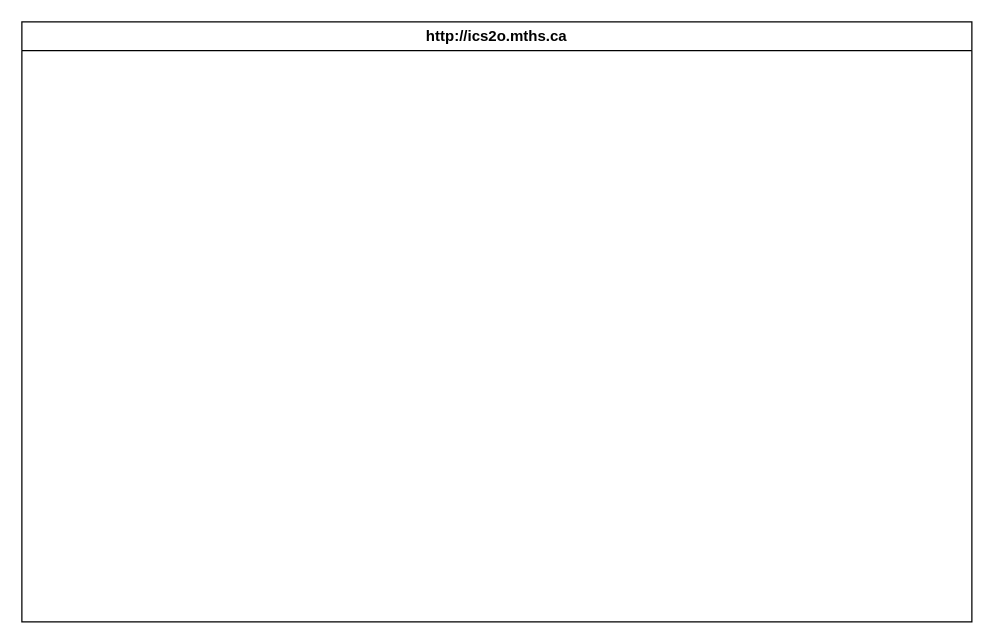
Before: design/storyboard.drawio in MTHS-ICD2O-1-2023/ICD2O-Unit-5-01-tymofii-stepanov, a draw.io diagram. Source tidied: cells renumbered, new cells numbered last; positions are measured from the earlier drawing's top-left corner, leaving out a move shared by most shapes. Both pictures are drawn from the tidied source at 125%, with x=0, y=0 at pixel (21, 21).
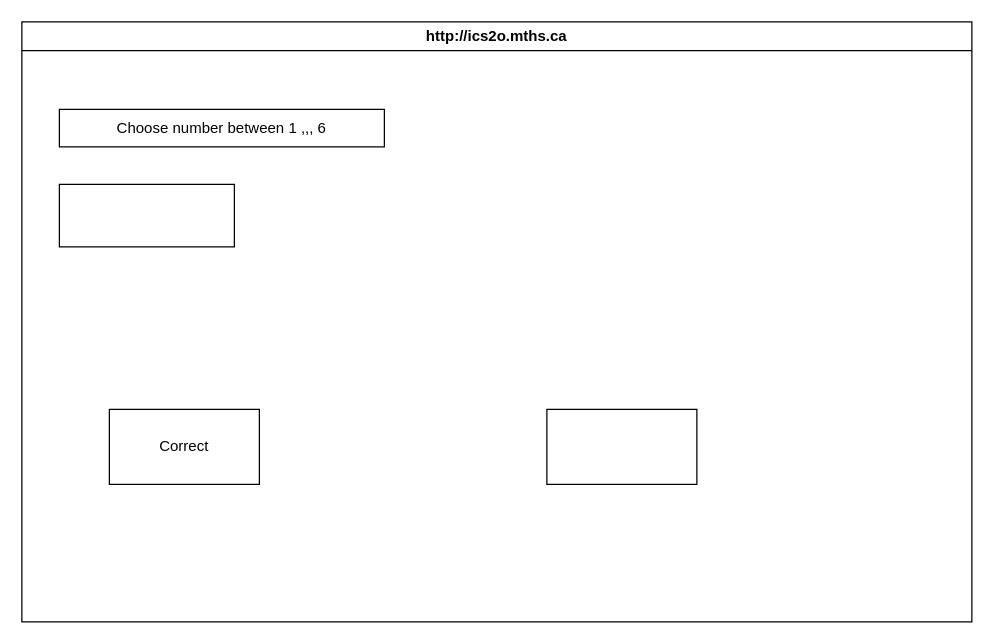
After the change.

What changed in the source:
```diff
@@
 <mxGraphModel>
   <root>
     <mxCell id="0" />
     <mxCell id="1" parent="0" />
     <mxCell id="2" value="http://ics2o.mths.ca" style="swimlane;whiteSpace=wrap;html=1;" parent="1" vertex="1">
       <mxGeometry width="760" height="480" as="geometry" />
     </mxCell>
+    <mxCell id="3" value="Choose number between 1 ,,, 6" style="rounded=0;whiteSpace=wrap;html=1;" parent="2" vertex="1">
+      <mxGeometry x="30" y="70" width="260" height="30" as="geometry" />
+    </mxCell>
+    <mxCell id="4" style="rounded=0;whiteSpace=wrap;html=1;" parent="2" vertex="1">
+      <mxGeometry x="30" y="130" width="140" height="50" as="geometry" />
+    </mxCell>
+    <mxCell id="5" value="Correct" style="rounded=0;whiteSpace=wrap;html=1;" parent="2" vertex="1">
+      <mxGeometry x="70" y="310" width="120" height="60" as="geometry" />
+    </mxCell>
+    <mxCell id="6" style="rounded=0;whiteSpace=wrap;html=1;" parent="2" vertex="1">
+      <mxGeometry x="420" y="310" width="120" height="60" as="geometry" />
+    </mxCell>
   </root>
 </mxGraphModel>
```
